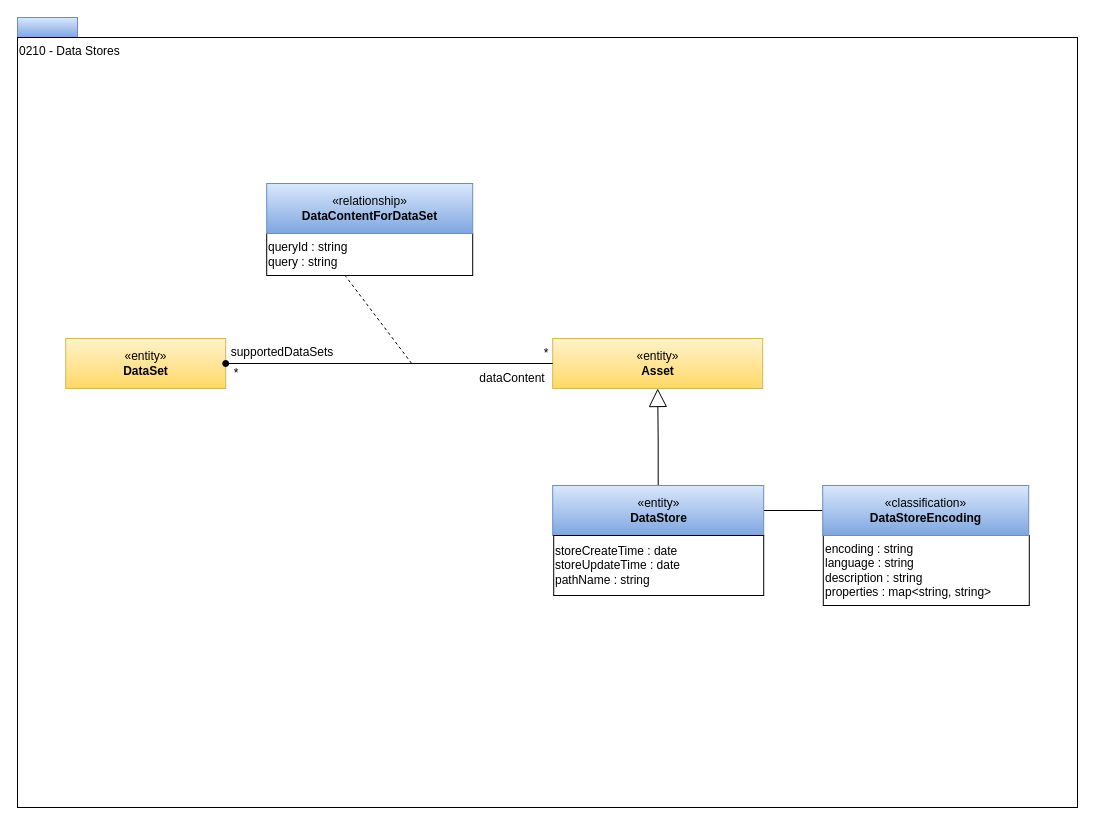
Earlier version of the draw.io diagram page "0210-Data-Stores" (4 of 23) of site/docs/types/2/area-2-assets.drawio (odpi/egeria-docs). Source tidied: cells renumbered, new cells numbered last; positions are measured from the earlier drawing's top-left corner, leaving out a move shared by most shapes. Both pictures are drawn from the tidied source at 100%, with x=0, y=0 at pixel (17, 17).
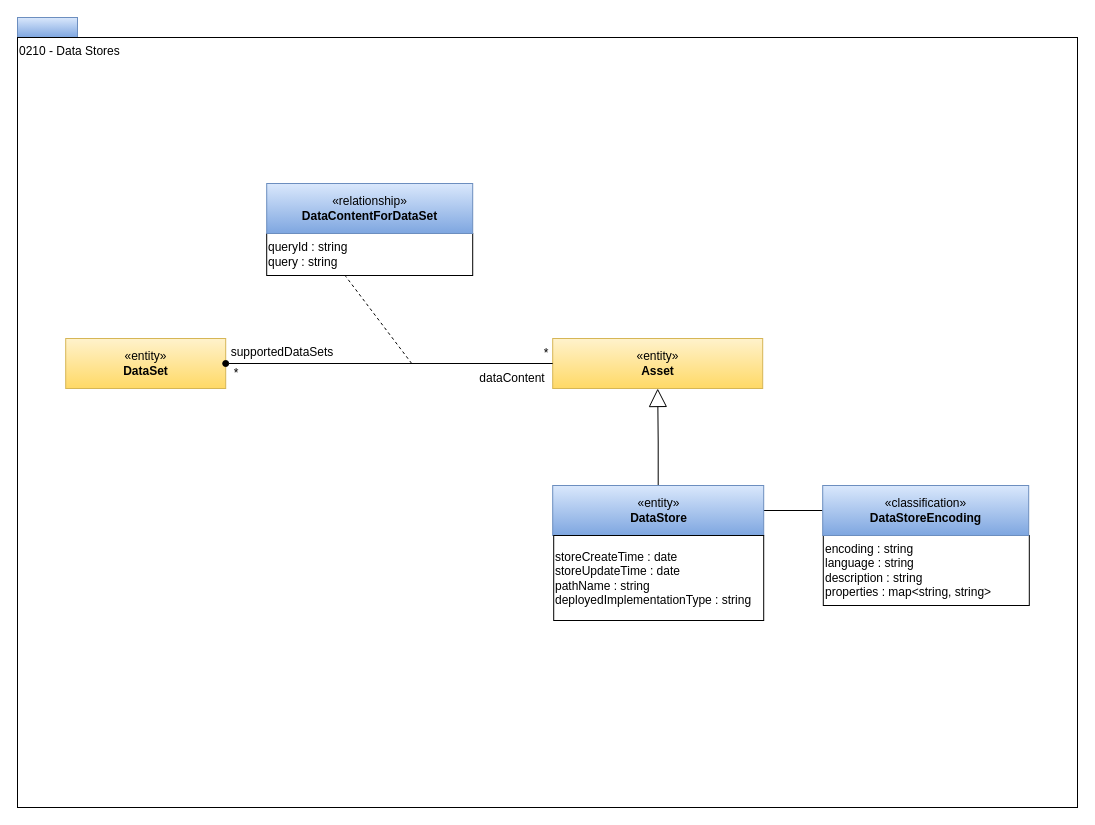
The same diagram, later.

What changed in the source:
```diff
@@
-    <mxCell id="19" value="storeCreateTime : date&lt;br&gt;storeUpdateTime : date&lt;br&gt;pathName : string" style="rounded=0;whiteSpace=wrap;html=1;strokeColor=#000000;gradientColor=#ffffff;align=left;" parent="1" vertex="1">
-      <mxGeometry x="536.2" y="518" width="210" height="60" as="geometry" />
+    <mxCell id="19" value="storeCreateTime : date&lt;br&gt;storeUpdateTime : date&lt;br&gt;pathName : string&lt;br&gt;deployedImplementationType : string" style="rounded=0;whiteSpace=wrap;html=1;strokeColor=#000000;gradientColor=#ffffff;align=left;" parent="1" vertex="1">
+      <mxGeometry x="536.2" y="518" width="210" height="85" as="geometry" />
     </mxCell>
```
